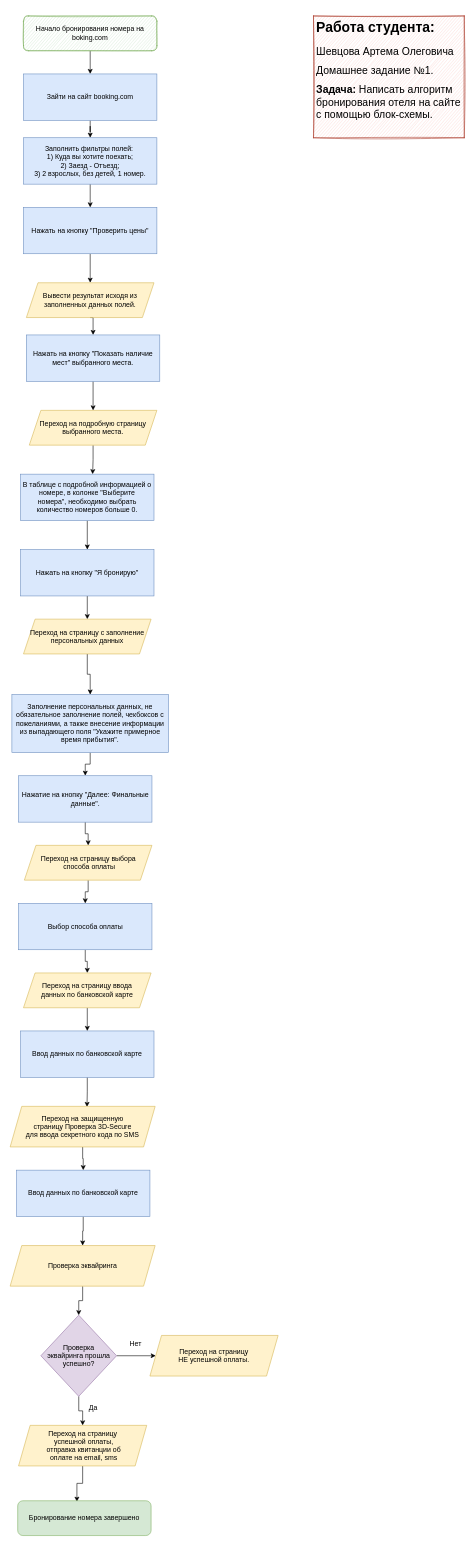
This is page "Простой алгоритм выбора" (1 of 2) of Untitled Diagram.drawio from ArtSheff/hw-dotnet, a draw.io file, before an edit. Source tidied: cells renumbered, new cells numbered last; positions are measured from the earlier drawing's top-left corner, leaving out a move shared by most shapes. Both pictures are drawn from the tidied source at 58%, with x=0, y=0 at pixel (10, 16).
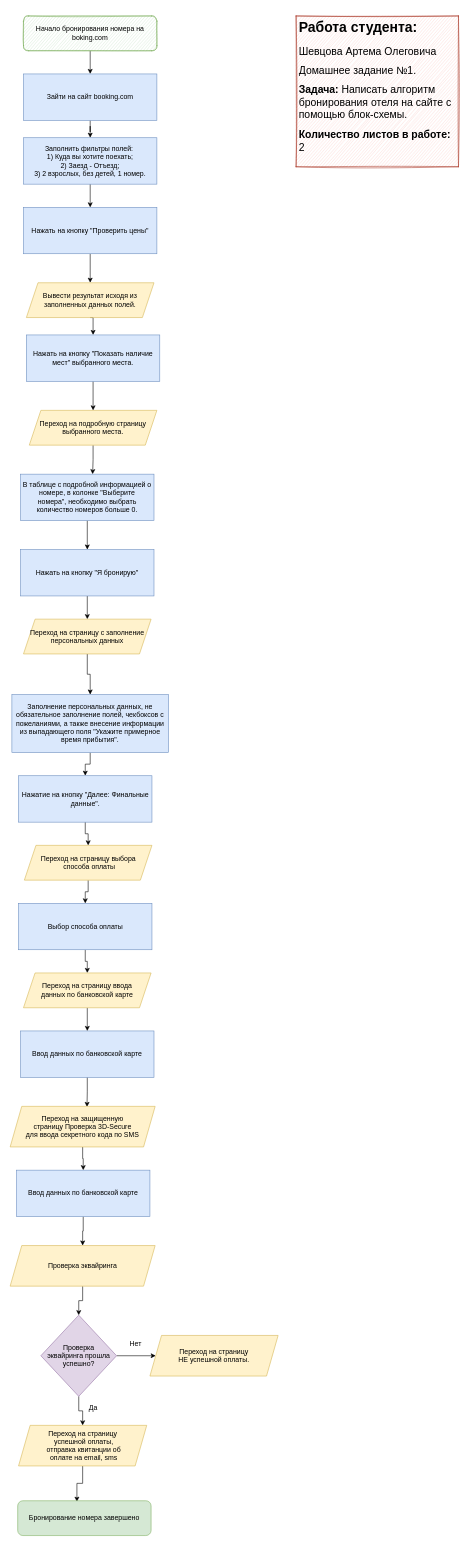
Above is the later version.

The edit, as a diff of the source:
```diff
@@
-    <mxCell id="49" value="&lt;h1&gt;Работа студента:&lt;/h1&gt;&lt;p&gt;&lt;font style=&quot;font-size: 18px&quot;&gt;Шевцова Артема Олеговича&lt;/font&gt;&lt;/p&gt;&lt;p&gt;&lt;font style=&quot;font-size: 18px&quot;&gt;Домашнее задание №1.&lt;/font&gt;&lt;/p&gt;&lt;p&gt;&lt;font style=&quot;font-size: 18px&quot;&gt;&lt;b&gt;Задача:&lt;/b&gt; Написать алгоритм бронирования отеля на сайте с помощью блок-схемы.&lt;/font&gt;&lt;/p&gt;" style="text;html=1;strokeColor=#ae4132;fillColor=#fad9d5;spacing=5;spacingTop=-20;whiteSpace=wrap;overflow=hidden;rounded=0;sketch=1;glass=0;shadow=0;" parent="1" vertex="1">
-      <mxGeometry x="523" width="260" height="210" as="geometry" />
+    <mxCell id="49" value="&lt;h1&gt;Работа студента:&lt;/h1&gt;&lt;p&gt;&lt;font style=&quot;font-size: 18px&quot;&gt;Шевцова Артема Олеговича&lt;/font&gt;&lt;/p&gt;&lt;p&gt;&lt;font style=&quot;font-size: 18px&quot;&gt;Домашнее задание №1.&lt;/font&gt;&lt;/p&gt;&lt;p&gt;&lt;font style=&quot;font-size: 18px&quot;&gt;&lt;b&gt;Задача:&lt;/b&gt; Написать алгоритм бронирования отеля на сайте с помощью блок-схемы.&lt;/font&gt;&lt;/p&gt;&lt;p&gt;&lt;span style=&quot;font-size: 18px&quot;&gt;&lt;b&gt;Количество&amp;nbsp;&lt;/b&gt;&lt;/span&gt;&lt;span style=&quot;font-size: 18px&quot;&gt;&lt;b&gt;листов в работе:&lt;/b&gt; 2&lt;/span&gt;&lt;/p&gt;" style="text;html=1;strokeColor=#ae4132;fillColor=#fad9d5;spacing=5;spacingTop=-20;whiteSpace=wrap;overflow=hidden;rounded=0;sketch=1;glass=0;shadow=0;" parent="1" vertex="1">
+      <mxGeometry x="493" width="280" height="260" as="geometry" />
     </mxCell>
```
